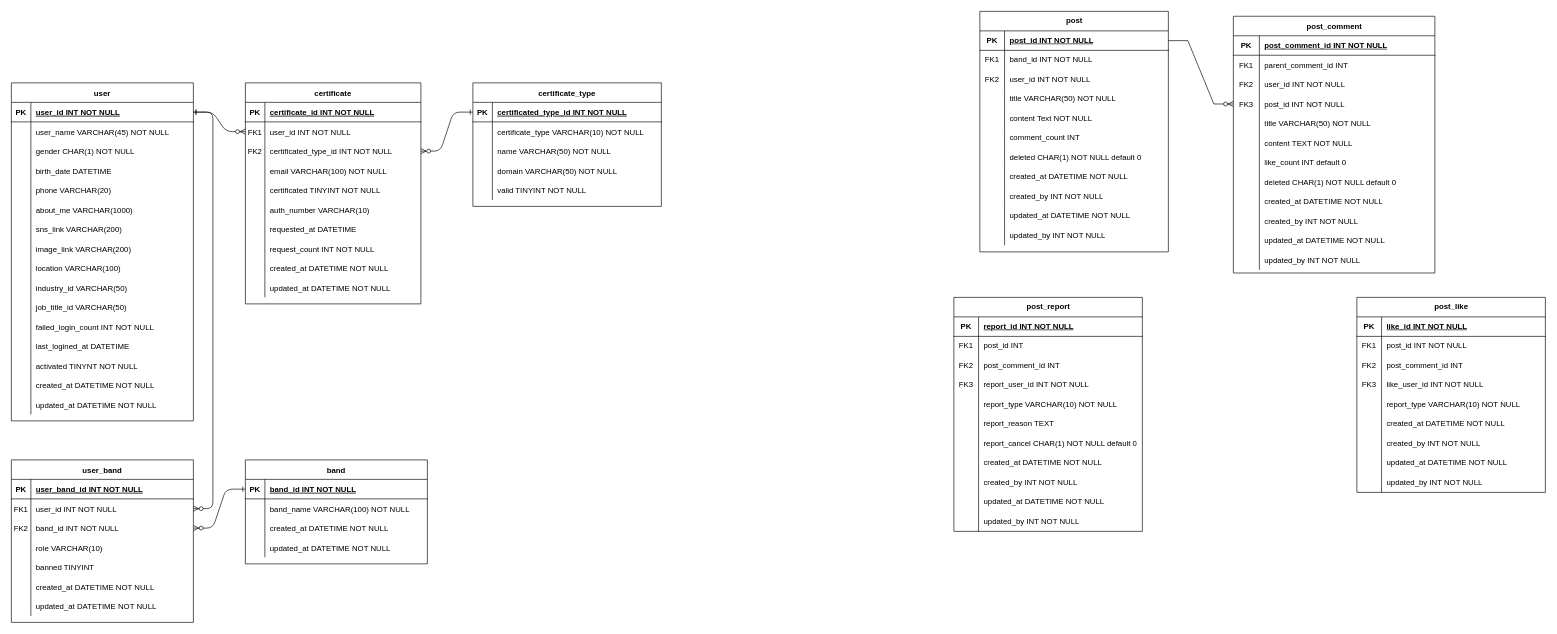
This is ERD.drawio from Peer-Band/Peer-Band-DB, a draw.io file, before an edit. Source tidied: cells renumbered, new cells numbered last; positions are measured from the earlier drawing's top-left corner, leaving out a move shared by most shapes. Both pictures are drawn from the tidied source at 65%, with x=0, y=0 at pixel (11, 11).
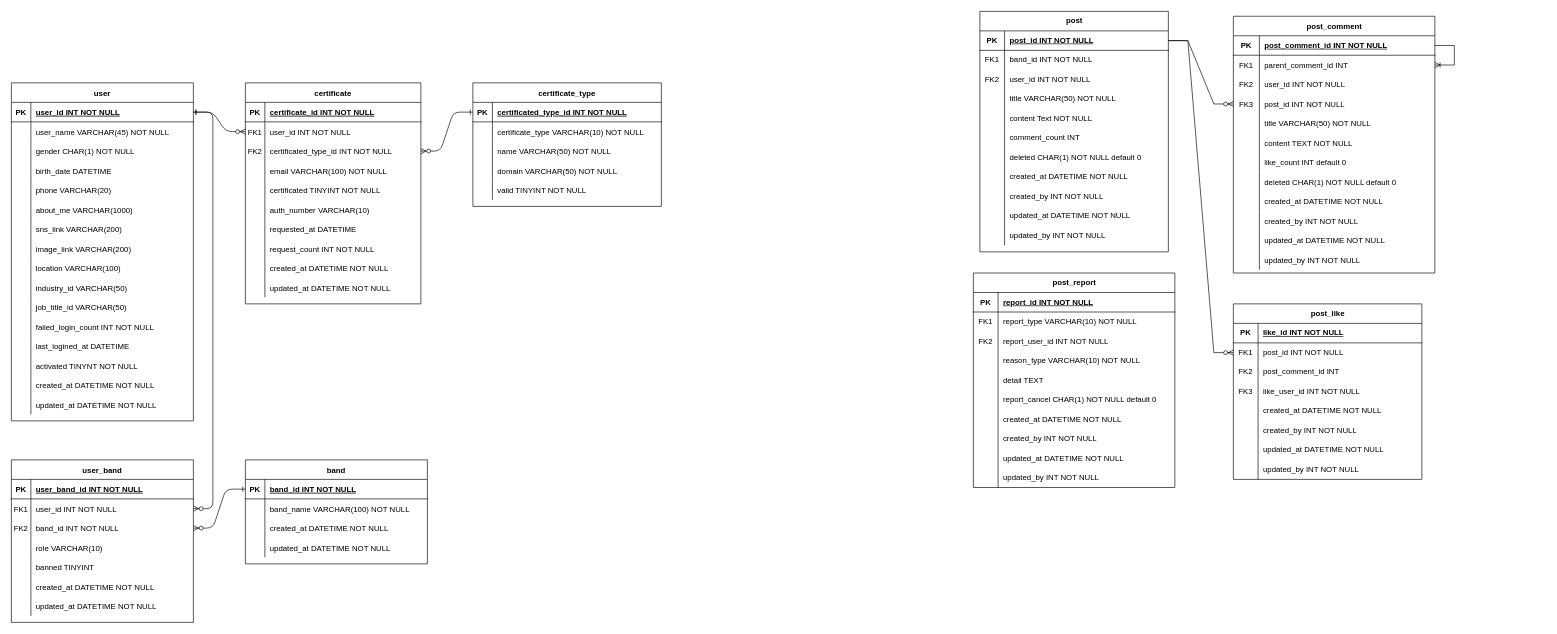
After the change.

Unchanged cells that the change refers to:
```xml
<mxCell id="138" style="shape=tableRow;horizontal=0;startSize=0;swimlaneHead=0;swimlaneBody=0;fillColor=none;points=[[0,0.5],[1,0.5]];portConstraint=eastwest;top=0;left=0;right=0;bottom=1;" parent="137" vertex="1">
  <mxGeometry y="30" width="290" height="30" as="geometry" />
</mxCell>
<mxCell id="171" value="post_comment" style="shape=table;startSize=30;childLayout=tableLayout;rowLines=0;fontStyle=1;align=center;html=1;" parent="1" vertex="1">
  <mxGeometry x="1880" y="7.5" width="310" height="395" as="geometry" />
</mxCell>
<mxCell id="172" style="shape=tableRow;horizontal=0;startSize=0;swimlaneHead=0;swimlaneBody=0;fillColor=none;points=[[0,0.5],[1,0.5]];portConstraint=eastwest;top=0;left=0;right=0;bottom=1;" parent="171" vertex="1">
  <mxGeometry y="30" width="310" height="30" as="geometry" />
</mxCell>
<mxCell id="175" style="shape=tableRow;horizontal=0;startSize=0;swimlaneHead=0;swimlaneBody=0;fillColor=none;points=[[0,0.5],[1,0.5]];portConstraint=eastwest;top=0;left=0;right=0;bottom=0;" parent="171" vertex="1">
  <mxGeometry y="60" width="310" height="30" as="geometry" />
</mxCell>
<mxCell id="181" style="shape=tableRow;horizontal=0;startSize=0;swimlaneHead=0;swimlaneBody=0;fillColor=none;points=[[0,0.5],[1,0.5]];portConstraint=eastwest;top=0;left=0;right=0;bottom=0;" parent="171" vertex="1">
  <mxGeometry y="120" width="310" height="30" as="geometry" />
</mxCell>
<mxCell id="247" style="shape=tableRow;horizontal=0;startSize=0;swimlaneHead=0;swimlaneBody=0;fillColor=none;points=[[0,0.5],[1,0.5]];portConstraint=eastwest;top=0;left=0;right=0;bottom=0;" parent="243" vertex="1">
  <mxGeometry y="60" width="290" height="30" as="geometry" />
</mxCell>
```

Change to the diagram source:
```diff
@@
+    <mxCell id="271" style="edgeStyle=entityRelationEdgeStyle;fontSize=12;html=1;endArrow=ERoneToMany;rounded=0;" parent="171" edge="1" source="172" target="175">
+      <mxGeometry relative="1" as="geometry">
+        <Array as="points">
+          <mxPoint x="330" y="152.5" />
+          <mxPoint x="390" y="222.5" />
+        </Array>
+      </mxGeometry>
+    </mxCell>
-    <mxCell id="208" style="edgeStyle=entityRelationEdgeStyle;fontSize=12;html=1;endArrow=ERzeroToMany;endFill=1;rounded=0;exitX=1;exitY=0.5;exitDx=0;exitDy=0;entryX=0;entryY=0.5;entryDx=0;entryDy=0;" parent="1" edge="1" source="138" target="181">
+    <mxCell id="208" style="edgeStyle=entityRelationEdgeStyle;fontSize=12;html=1;endArrow=ERzeroToMany;endFill=1;rounded=0;" parent="1" edge="1" source="138" target="247">
       <mxGeometry relative="1" as="geometry">
         <Array as="points">
-          <mxPoint x="1850" y="50" />
+          <mxPoint x="1850" y="55" />
+          <mxPoint x="1960" y="530" />
         </Array>
       </mxGeometry>
     </mxCell>
     <mxCell id="209" value="post_report" style="shape=table;startSize=30;childLayout=tableLayout;rowLines=0;fontStyle=1;align=center;html=1;" parent="1" vertex="1">
-      <mxGeometry x="1450" y="440" width="290" height="360" as="geometry" />
+      <mxGeometry x="1480" y="402.5" width="310" height="330" as="geometry" />
     </mxCell>
     <mxCell id="210" style="shape=tableRow;horizontal=0;startSize=0;swimlaneHead=0;swimlaneBody=0;fillColor=none;top=0;left=0;right=0;bottom=1;" parent="209" vertex="1">
-      <mxGeometry y="30" width="290" height="30" as="geometry" />
+      <mxGeometry y="30" width="310" height="30" as="geometry" />
     </mxCell>
@@
     <mxCell id="212" value="report_id INT NOT NULL" style="shape=partialRectangle;fillColor=none;top=0;left=0;bottom=0;right=0;align=left;spacingLeft=6;fontStyle=5;overflow=hidden;whiteSpace=wrap;html=1;" parent="210" vertex="1">
-      <mxGeometry x="38" width="252" height="30" as="geometry" />
+      <mxGeometry x="38" width="272" height="30" as="geometry" />
     </mxCell>
     <mxCell id="213" style="shape=tableRow;horizontal=0;startSize=0;swimlaneHead=0;swimlaneBody=0;fillColor=none;top=0;left=0;right=0;bottom=0;" parent="209" vertex="1">
-      <mxGeometry y="60" width="290" height="30" as="geometry" />
+      <mxGeometry y="60" width="310" height="30" as="geometry" />
     </mxCell>
@@
-    <mxCell id="215" value="post_id INT" style="shape=partialRectangle;fillColor=none;top=0;left=0;bottom=0;right=0;align=left;spacingLeft=6;overflow=hidden;whiteSpace=wrap;html=1;" parent="213" vertex="1">
-      <mxGeometry x="38" width="252" height="30" as="geometry" />
+    <mxCell id="215" value="report_type VARCHAR(10) NOT NULL" style="shape=partialRectangle;fillColor=none;top=0;left=0;bottom=0;right=0;align=left;spacingLeft=6;overflow=hidden;whiteSpace=wrap;html=1;" parent="213" vertex="1">
+      <mxGeometry x="38" width="272" height="30" as="geometry" />
     </mxCell>
-    <mxCell id="216" style="shape=tableRow;horizontal=0;startSize=0;swimlaneHead=0;swimlaneBody=0;fillColor=none;top=0;left=0;right=0;bottom=0;" parent="209" vertex="1">
-      <mxGeometry y="90" width="290" height="30" as="geometry" />
-    </mxCell>
-    <mxCell id="217" value="FK2" style="shape=partialRectangle;fillColor=none;top=0;left=0;bottom=0;right=0;overflow=hidden;whiteSpace=wrap;html=1;" parent="216" vertex="1">
-      <mxGeometry width="38" height="30" as="geometry" />
-    </mxCell>
-    <mxCell id="218" value="post_comment_id INT&amp;nbsp;" style="shape=partialRectangle;fillColor=none;top=0;left=0;bottom=0;right=0;align=left;spacingLeft=6;overflow=hidden;whiteSpace=wrap;html=1;" parent="216" vertex="1">
-      <mxGeometry x="38" width="252" height="30" as="geometry" />
-    </mxCell>
     <mxCell id="219" style="shape=tableRow;horizontal=0;startSize=0;swimlaneHead=0;swimlaneBody=0;fillColor=none;top=0;left=0;right=0;bottom=0;" parent="209" vertex="1">
-      <mxGeometry y="120" width="290" height="30" as="geometry" />
+      <mxGeometry y="90" width="310" height="30" as="geometry" />
     </mxCell>
-    <mxCell id="220" value="FK3" style="shape=partialRectangle;fillColor=none;top=0;left=0;bottom=0;right=0;overflow=hidden;whiteSpace=wrap;html=1;" parent="219" vertex="1">
+    <mxCell id="220" value="FK2" style="shape=partialRectangle;fillColor=none;top=0;left=0;bottom=0;right=0;overflow=hidden;whiteSpace=wrap;html=1;" parent="219" vertex="1">
       <mxGeometry width="38" height="30" as="geometry" />
     </mxCell>
     <mxCell id="221" value="report_user_id INT NOT NULL" style="shape=partialRectangle;fillColor=none;top=0;left=0;bottom=0;right=0;align=left;spacingLeft=6;overflow=hidden;whiteSpace=wrap;html=1;" parent="219" vertex="1">
-      <mxGeometry x="38" width="252" height="30" as="geometry" />
+      <mxGeometry x="38" width="272" height="30" as="geometry" />
     </mxCell>
     <mxCell id="222" style="shape=tableRow;horizontal=0;startSize=0;swimlaneHead=0;swimlaneBody=0;fillColor=none;top=0;left=0;right=0;bottom=0;" parent="209" vertex="1">
-      <mxGeometry y="150" width="290" height="30" as="geometry" />
+      <mxGeometry y="120" width="310" height="30" as="geometry" />
     </mxCell>
@@
-    <mxCell id="224" value="report_type VARCHAR(10) NOT NULL" style="shape=partialRectangle;fillColor=none;top=0;left=0;bottom=0;right=0;align=left;spacingLeft=6;overflow=hidden;whiteSpace=wrap;html=1;" parent="222" vertex="1">
-      <mxGeometry x="38" width="252" height="30" as="geometry" />
+    <mxCell id="224" value="reason_type VARCHAR(10) NOT NULL" style="shape=partialRectangle;fillColor=none;top=0;left=0;bottom=0;right=0;align=left;spacingLeft=6;overflow=hidden;whiteSpace=wrap;html=1;" parent="222" vertex="1">
+      <mxGeometry x="38" width="272" height="30" as="geometry" />
     </mxCell>
     <mxCell id="225" style="shape=tableRow;horizontal=0;startSize=0;swimlaneHead=0;swimlaneBody=0;fillColor=none;top=0;left=0;right=0;bottom=0;" parent="209" vertex="1">
-      <mxGeometry y="180" width="290" height="30" as="geometry" />
+      <mxGeometry y="150" width="310" height="30" as="geometry" />
     </mxCell>
@@
-    <mxCell id="227" value="report_reason TEXT" style="shape=partialRectangle;fillColor=none;top=0;left=0;bottom=0;right=0;align=left;spacingLeft=6;overflow=hidden;whiteSpace=wrap;html=1;" parent="225" vertex="1">
-      <mxGeometry x="38" width="252" height="30" as="geometry" />
+    <mxCell id="227" value="detail TEXT" style="shape=partialRectangle;fillColor=none;top=0;left=0;bottom=0;right=0;align=left;spacingLeft=6;overflow=hidden;whiteSpace=wrap;html=1;" parent="225" vertex="1">
+      <mxGeometry x="38" width="272" height="30" as="geometry" />
     </mxCell>
     <mxCell id="228" style="shape=tableRow;horizontal=0;startSize=0;swimlaneHead=0;swimlaneBody=0;fillColor=none;top=0;left=0;right=0;bottom=0;" parent="209" vertex="1">
-      <mxGeometry y="210" width="290" height="30" as="geometry" />
+      <mxGeometry y="180" width="310" height="30" as="geometry" />
     </mxCell>
@@
     <mxCell id="230" value="report_cancel CHAR(1) NOT NULL default 0" style="shape=partialRectangle;fillColor=none;top=0;left=0;bottom=0;right=0;align=left;spacingLeft=6;overflow=hidden;whiteSpace=wrap;html=1;" parent="228" vertex="1">
-      <mxGeometry x="38" width="252" height="30" as="geometry" />
+      <mxGeometry x="38" width="272" height="30" as="geometry" />
     </mxCell>
     <mxCell id="231" style="shape=tableRow;horizontal=0;startSize=0;swimlaneHead=0;swimlaneBody=0;fillColor=none;top=0;left=0;right=0;bottom=0;" parent="209" vertex="1">
-      <mxGeometry y="240" width="290" height="30" as="geometry" />
+      <mxGeometry y="210" width="310" height="30" as="geometry" />
     </mxCell>
@@
     <mxCell id="233" value="created_at DATETIME NOT NULL" style="shape=partialRectangle;fillColor=none;top=0;left=0;bottom=0;right=0;align=left;spacingLeft=6;overflow=hidden;whiteSpace=wrap;html=1;" parent="231" vertex="1">
-      <mxGeometry x="38" width="252" height="30" as="geometry" />
+      <mxGeometry x="38" width="272" height="30" as="geometry" />
     </mxCell>
     <mxCell id="234" style="shape=tableRow;horizontal=0;startSize=0;swimlaneHead=0;swimlaneBody=0;fillColor=none;top=0;left=0;right=0;bottom=0;" parent="209" vertex="1">
-      <mxGeometry y="270" width="290" height="30" as="geometry" />
+      <mxGeometry y="240" width="310" height="30" as="geometry" />
     </mxCell>
@@
     <mxCell id="236" value="created_by INT NOT NULL" style="shape=partialRectangle;fillColor=none;top=0;left=0;bottom=0;right=0;align=left;spacingLeft=6;overflow=hidden;whiteSpace=wrap;html=1;" parent="234" vertex="1">
-      <mxGeometry x="38" width="252" height="30" as="geometry" />
+      <mxGeometry x="38" width="272" height="30" as="geometry" />
     </mxCell>
     <mxCell id="237" style="shape=tableRow;horizontal=0;startSize=0;swimlaneHead=0;swimlaneBody=0;fillColor=none;top=0;left=0;right=0;bottom=0;" parent="209" vertex="1">
-      <mxGeometry y="300" width="290" height="30" as="geometry" />
+      <mxGeometry y="270" width="310" height="30" as="geometry" />
     </mxCell>
@@
     <mxCell id="239" value="updated_at DATETIME NOT NULL" style="shape=partialRectangle;fillColor=none;top=0;left=0;bottom=0;right=0;align=left;spacingLeft=6;overflow=hidden;whiteSpace=wrap;html=1;" parent="237" vertex="1">
-      <mxGeometry x="38" width="252" height="30" as="geometry" />
+      <mxGeometry x="38" width="272" height="30" as="geometry" />
     </mxCell>
     <mxCell id="240" style="shape=tableRow;horizontal=0;startSize=0;swimlaneHead=0;swimlaneBody=0;fillColor=none;top=0;left=0;right=0;bottom=0;" parent="209" vertex="1">
-      <mxGeometry y="330" width="290" height="30" as="geometry" />
+      <mxGeometry y="300" width="310" height="30" as="geometry" />
     </mxCell>
@@
     <mxCell id="242" value="updated_by INT NOT NULL" style="shape=partialRectangle;fillColor=none;top=0;left=0;bottom=0;right=0;align=left;spacingLeft=6;overflow=hidden;whiteSpace=wrap;html=1;" parent="240" vertex="1">
-      <mxGeometry x="38" width="252" height="30" as="geometry" />
+      <mxGeometry x="38" width="272" height="30" as="geometry" />
     </mxCell>
     <mxCell id="243" value="post_like" style="shape=table;startSize=30;childLayout=tableLayout;rowLines=0;fontStyle=1;align=center;html=1;" parent="1" vertex="1">
-      <mxGeometry x="2070" y="440" width="290" height="300" as="geometry" />
+      <mxGeometry x="1880" y="450" width="290" height="270" as="geometry" />
     </mxCell>
@@
-    <mxCell id="256" style="shape=tableRow;horizontal=0;startSize=0;swimlaneHead=0;swimlaneBody=0;fillColor=none;top=0;left=0;right=0;bottom=0;" parent="243" vertex="1">
-      <mxGeometry y="150" width="290" height="30" as="geometry" />
-    </mxCell>
-    <mxCell id="257" style="shape=partialRectangle;fillColor=none;top=0;left=0;bottom=0;right=0;overflow=hidden;whiteSpace=wrap;html=1;" parent="256" vertex="1">
-      <mxGeometry width="38" height="30" as="geometry" />
-    </mxCell>
-    <mxCell id="258" value="report_type VARCHAR(10) NOT NULL" style="shape=partialRectangle;fillColor=none;top=0;left=0;bottom=0;right=0;align=left;spacingLeft=6;overflow=hidden;whiteSpace=wrap;html=1;" parent="256" vertex="1">
-      <mxGeometry x="38" width="252" height="30" as="geometry" />
-    </mxCell>
     <mxCell id="259" style="shape=tableRow;horizontal=0;startSize=0;swimlaneHead=0;swimlaneBody=0;fillColor=none;top=0;left=0;right=0;bottom=0;" parent="243" vertex="1">
-      <mxGeometry y="180" width="290" height="30" as="geometry" />
+      <mxGeometry y="150" width="290" height="30" as="geometry" />
     </mxCell>
@@
     <mxCell id="262" style="shape=tableRow;horizontal=0;startSize=0;swimlaneHead=0;swimlaneBody=0;fillColor=none;top=0;left=0;right=0;bottom=0;" parent="243" vertex="1">
-      <mxGeometry y="210" width="290" height="30" as="geometry" />
+      <mxGeometry y="180" width="290" height="30" as="geometry" />
     </mxCell>
@@
     <mxCell id="265" style="shape=tableRow;horizontal=0;startSize=0;swimlaneHead=0;swimlaneBody=0;fillColor=none;top=0;left=0;right=0;bottom=0;" parent="243" vertex="1">
-      <mxGeometry y="240" width="290" height="30" as="geometry" />
+      <mxGeometry y="210" width="290" height="30" as="geometry" />
     </mxCell>
@@
     <mxCell id="268" style="shape=tableRow;horizontal=0;startSize=0;swimlaneHead=0;swimlaneBody=0;fillColor=none;top=0;left=0;right=0;bottom=0;" parent="243" vertex="1">
-      <mxGeometry y="270" width="290" height="30" as="geometry" />
+      <mxGeometry y="240" width="290" height="30" as="geometry" />
     </mxCell>
@@
+    <mxCell id="272" style="edgeStyle=entityRelationEdgeStyle;fontSize=12;html=1;endArrow=ERzeroToMany;endFill=1;rounded=0;exitX=1;exitY=0.5;exitDx=0;exitDy=0;entryX=0;entryY=0.5;entryDx=0;entryDy=0;" parent="1" edge="1" source="138" target="181">
+      <mxGeometry relative="1" as="geometry">
+        <Array as="points">
+          <mxPoint x="1850" y="55" />
+        </Array>
+      </mxGeometry>
+    </mxCell>
```
